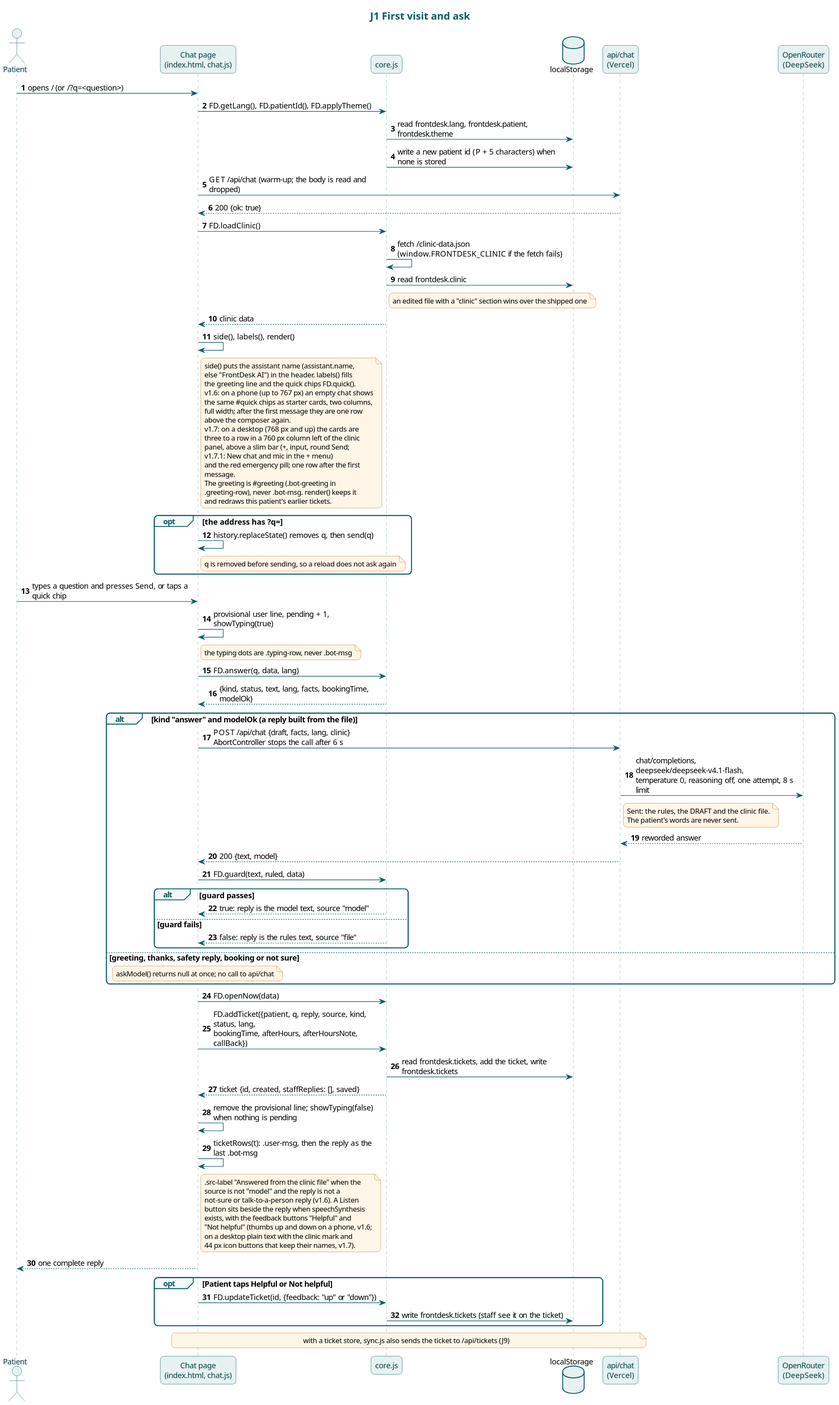
karwasanjay007/frontdesk-ai-docs keeps this PlantUML diagram as docs/diagrams/j1-first-visit-and-ask.svg. Above is the earlier version.
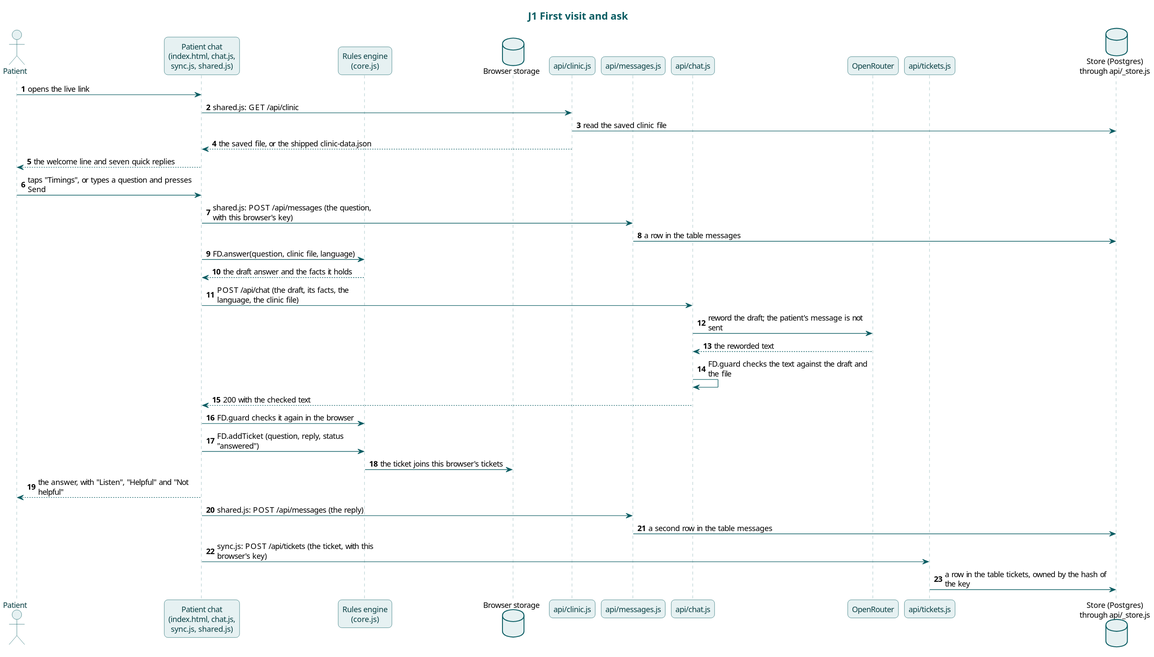
The same diagram one commit later.

Diff of the diagram source:
```diff
@@ -2,94 +2,38 @@
 !include style.iuml
 title J1 First visit and ask
 actor Patient
-participant "Chat page\n(index.html, chat.js)" as Chat
-participant "core.js" as Core
-database "localStorage" as LS
-participant "api/chat\n(Vercel)" as API
-participant "OpenRouter\n(DeepSeek)" as OR
+participant "Patient chat\n(index.html, chat.js,\nsync.js, shared.js)" as Chat
+participant "Rules engine\n(core.js)" as Core
+database "Browser storage" as LS
+participant "api/clinic.js" as Clinic
+participant "api/messages.js" as Msg
+participant "api/chat.js" as Api
+participant "OpenRouter" as OR
+participant "api/tickets.js" as Tix
+database "Store (Postgres)\nthrough api/_store.js" as Store
 autonumber
 
-Patient -> Chat : opens / (or /?q=<question>)
-Chat -> Core : FD.getLang(), FD.patientId(), FD.applyTheme()
-Core -> LS : read frontdesk.lang, frontdesk.patient, frontdesk.theme
-Core -> LS : write a new patient id (P + 5 characters) when none is stored
-Chat -> API : GET /api/chat (warm-up; the body is read and dropped)
-API --> Chat : 200 {ok: true}
-Chat -> Core : FD.loadClinic()
-Core -> Core : fetch /clinic-data.json\n(window.FRONTDESK_CLINIC if the fetch fails)
-Core -> LS : read frontdesk.clinic
-note right of Core : an edited file with a "clinic" section wins over the shipped one
-Core --> Chat : clinic data
-Chat -> Chat : side(), labels(), render()
-note right of Chat
-side() puts the assistant name (assistant.name,
-else "FrontDesk AI") in the header. labels() fills
-the greeting line and the quick chips FD.quick().
-v1.6: on a phone (up to 767 px) an empty chat shows
-the same #quick chips as starter cards, two columns,
-full width; after the first message they are one row
-above the composer again.
-v1.7: on a desktop (768 px and up) the cards are
-three to a row in a 760 px column left of the clinic
-panel, above a slim bar (+, input, round Send;
-v1.7.1: New chat and mic in the + menu)
-and the red emergency pill; one row after the first
-message.
-The greeting is #greeting (.bot-greeting in
-.greeting-row), never .bot-msg. render() keeps it
-and redraws this patient's earlier tickets.
-end note
-
-opt the address has ?q=
-  Chat -> Chat : history.replaceState() removes q, then send(q)
-  note right of Chat : q is removed before sending, so a reload does not ask again
-end
-
-Patient -> Chat : types a question and presses Send, or taps a quick chip
-Chat -> Chat : provisional user line, pending + 1, showTyping(true)
-note right of Chat : the typing dots are .typing-row, never .bot-msg
-Chat -> Core : FD.answer(q, data, lang)
-Core --> Chat : {kind, status, text, lang, facts, bookingTime, modelOk}
-
-alt kind "answer" and modelOk (a reply built from the file)
-  Chat -> API : POST /api/chat {draft, facts, lang, clinic}\nAbortController stops the call after 6 s
-  API -> OR : chat/completions, deepseek/deepseek-v4.1-flash,\ntemperature 0, reasoning off, one attempt, 8 s limit
-  note right of API
-  Sent: the rules, the DRAFT and the clinic file.
-  The patient's words are never sent.
-  end note
-  OR --> API : reworded answer
-  API --> Chat : 200 {text, model}
-  Chat -> Core : FD.guard(text, ruled, data)
-  alt guard passes
-    Core --> Chat : true: reply is the model text, source "model"
-  else guard fails
-    Core --> Chat : false: reply is the rules text, source "file"
-  end
-else greeting, thanks, safety reply, booking or not sure
-  note over Chat : askModel() returns null at once; no call to api/chat
-end
-
-Chat -> Core : FD.openNow(data)
-Chat -> Core : FD.addTicket({patient, q, reply, source, kind, status, lang,\nbookingTime, afterHours, afterHoursNote, callBack})
-Core -> LS : read frontdesk.tickets, add the ticket, write frontdesk.tickets
-Core --> Chat : ticket {id, created, staffReplies: [], saved}
-Chat -> Chat : remove the provisional line; showTyping(false) when nothing is pending
-Chat -> Chat : ticketRows(t): .user-msg, then the reply as the last .bot-msg
-note right of Chat
-.src-label "Answered from the clinic file" when the
-source is not "model" and the reply is not a
-not-sure or talk-to-a-person reply (v1.6). A Listen
-button sits beside the reply when speechSynthesis
-exists, with the feedback buttons "Helpful" and
-"Not helpful" (thumbs up and down on a phone, v1.6;
-on a desktop plain text with the clinic mark and
-44 px icon buttons that keep their names, v1.7).
-end note
-Chat --> Patient : one complete reply
-opt Patient taps Helpful or Not helpful
-  Chat -> Core : FD.updateTicket(id, {feedback: "up" or "down"})
-  Core -> LS : write frontdesk.tickets (staff see it on the ticket)
-end
-note over Chat, API : with a ticket store, sync.js also sends the ticket to /api/tickets (J9)
+Patient -> Chat : opens the live link
+Chat -> Clinic : shared.js: GET /api/clinic
+Clinic -> Store : read the saved clinic file
+Clinic --> Chat : the saved file, or the shipped clinic-data.json
+Chat --> Patient : the welcome line and seven quick replies
+Patient -> Chat : taps "Timings", or types a question and presses Send
+Chat -> Msg : shared.js: POST /api/messages (the question, with this browser's key)
+Msg -> Store : a row in the table messages
+Chat -> Core : FD.answer(question, clinic file, language)
+Core --> Chat : the draft answer and the facts it holds
+Chat -> Api : POST /api/chat (the draft, its facts, the language, the clinic file)
+Api -> OR : reword the draft; the patient's message is not sent
+OR --> Api : the reworded text
+Api -> Api : FD.guard checks the text against the draft and the file
+Api --> Chat : 200 with the checked text
+Chat -> Core : FD.guard checks it again in the browser
+Chat -> Core : FD.addTicket (question, reply, status "answered")
+Core -> LS : the ticket joins this browser's tickets
+Chat --> Patient : the answer, with "Listen", "Helpful" and "Not helpful"
+Chat -> Msg : shared.js: POST /api/messages (the reply)
+Msg -> Store : a second row in the table messages
+Chat -> Tix : sync.js: POST /api/tickets (the ticket, with this browser's key)
+Tix -> Store : a row in the table tickets, owned by the hash of the key
 @enduml
```
